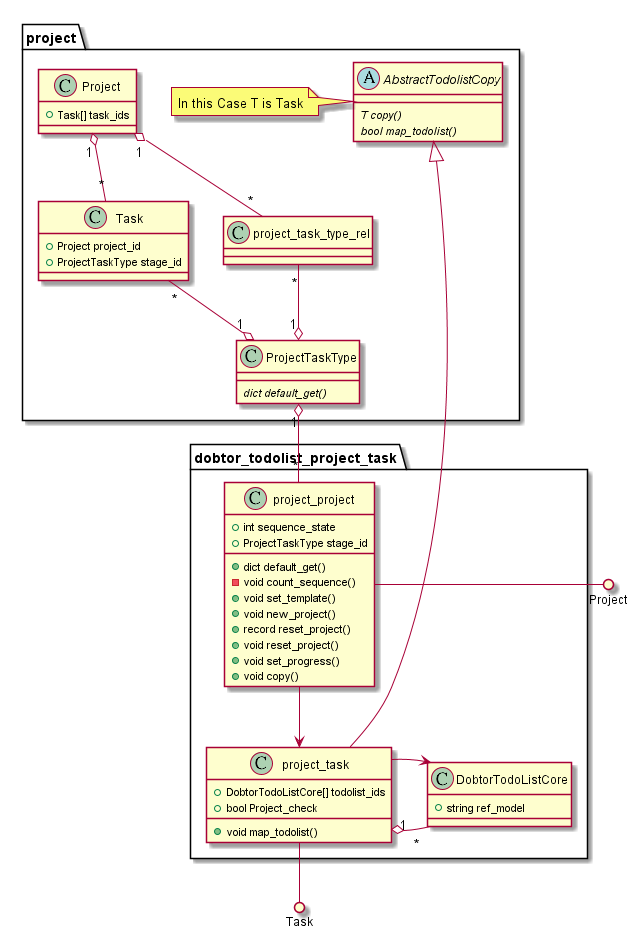
Earlier version of the PlantUML export dobtor_todolist_project_task/doc/uml.png (Dobtor/ProductivityTools). Source of this version:
```plantuml
@startuml

package project {


    Class Task {
        + Project project_id
        + ProjectTaskType stage_id
    }

    abstract class AbstractTodolistCopy {
        {abstract} T copy()
        {abstract} bool map_todolist()
    }
    note left: In this Case T is Task

    Class Project {
        + Task[] task_ids
    }

    Class project_task_type_rel {

    }

    Class ProjectTaskType {
        {abstract} dict default_get()
    }


}

package dobtor_todolist_project_task {
    Class project_project {
        + int sequence_state
        + ProjectTaskType stage_id
        + dict default_get()
        - void count_sequence()
        + void set_template()
        + void new_project()
        + record reset_project()
        + void reset_project()
        + void set_progress()
        + void copy()
    }

    Class DobtorTodoListCore {
        + string ref_model
    }

    Class project_task {
        + DobtorTodoListCore[] todolist_ids
        + bool Project_check
        + void map_todolist()
    }
}

project_task --|> AbstractTodolistCopy
Task "*" --o "1" ProjectTaskType
Project "1" o-- "*" Task
Project "1" o-- "*" project_task_type_rel
project_task_type_rel "*" --o "1" ProjectTaskType
project_project -() Project
ProjectTaskType "1" o-- "*" project_project
project_task --() Task
project_task "1" o-- "*" DobtorTodoListCore
project_project --> project_task
project_task -> DobtorTodoListCore
@enduml
```
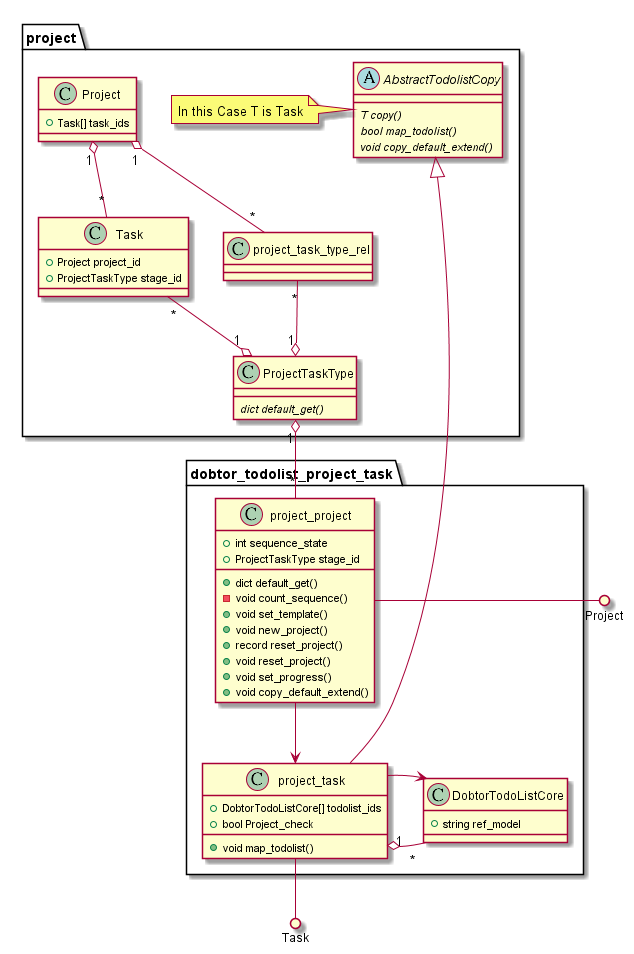
After the commit.

Change to the diagram source:
```diff
@@ -11,8 +11,10 @@
     abstract class AbstractTodolistCopy {
         {abstract} T copy()
         {abstract} bool map_todolist()
+        {abstract} void copy_default_extend()
     }
     note left: In this Case T is Task
+
 
     Class Project {
         + Task[] task_ids
@@ -40,7 +42,7 @@
         + record reset_project()
         + void reset_project()
         + void set_progress()
-        + void copy()
+        + void copy_default_extend()
     }
 
     Class DobtorTodoListCore {
```
